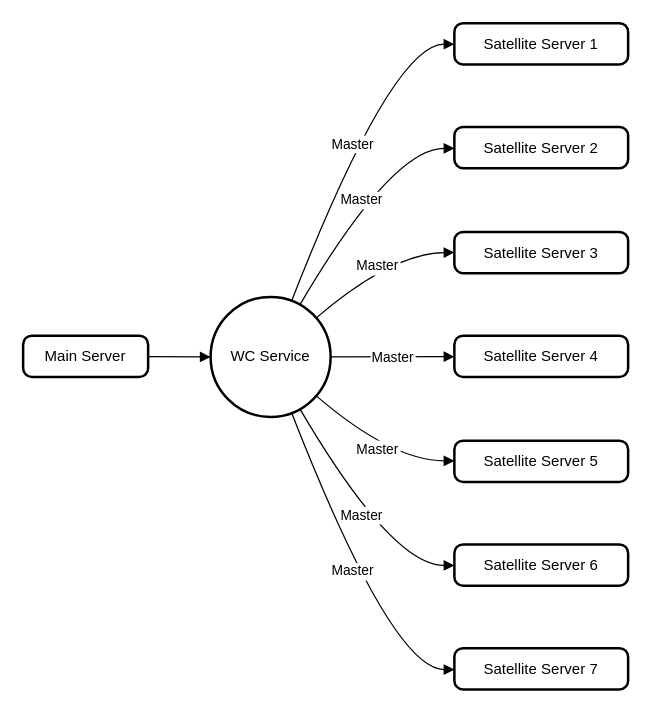
This is AML_API.drawio from GroupAYECS765P/ProjectTargus, a draw.io file, before an edit. Source tidied: cells renumbered, new cells numbered last; positions are measured from the earlier drawing's top-left corner, leaving out a move shared by most shapes. Both pictures are drawn from the tidied source at 125%, with x=0, y=0 at pixel (22, 22).
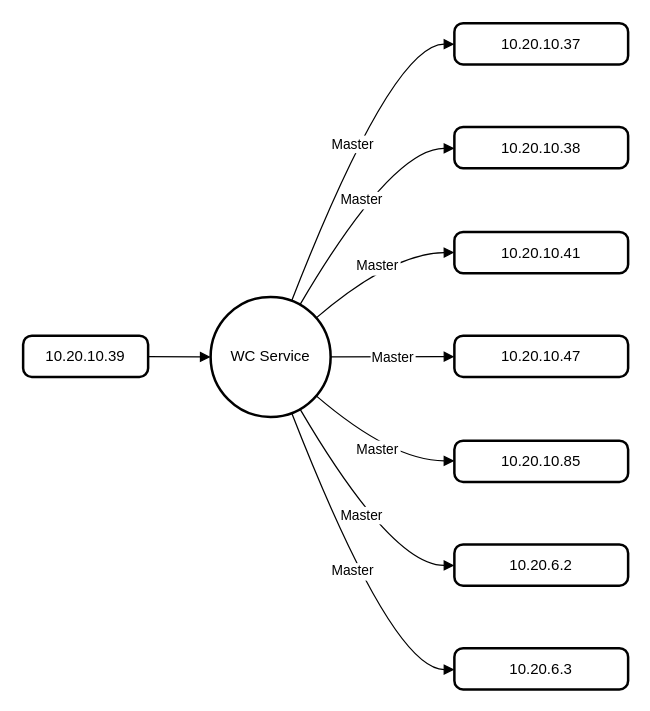
The same page after the edit.

Change to the diagram source:
```diff
@@
-    <mxCell id="2" value="Main Server" style="rounded=1;absoluteArcSize=1;arcSize=14;whiteSpace=wrap;strokeWidth=2;" parent="1" vertex="1">
+    <mxCell id="2" value="10.20.10.39" style="rounded=1;absoluteArcSize=1;arcSize=14;whiteSpace=wrap;strokeWidth=2;" parent="1" vertex="1">
       <mxGeometry y="250" width="100" height="33" as="geometry" />
     </mxCell>
-    <mxCell id="3" value="Satellite Server 1" style="rounded=1;absoluteArcSize=1;arcSize=14;whiteSpace=wrap;strokeWidth=2;" parent="1" vertex="1">
+    <mxCell id="3" value="10.20.10.37" style="rounded=1;absoluteArcSize=1;arcSize=14;whiteSpace=wrap;strokeWidth=2;" parent="1" vertex="1">
       <mxGeometry x="345" width="139" height="33" as="geometry" />
     </mxCell>
-    <mxCell id="4" value="Satellite Server 2" style="rounded=1;absoluteArcSize=1;arcSize=14;whiteSpace=wrap;strokeWidth=2;" parent="1" vertex="1">
+    <mxCell id="4" value="10.20.10.38" style="rounded=1;absoluteArcSize=1;arcSize=14;whiteSpace=wrap;strokeWidth=2;" parent="1" vertex="1">
       <mxGeometry x="345" y="83" width="139" height="33" as="geometry" />
     </mxCell>
-    <mxCell id="5" value="Satellite Server 3" style="rounded=1;absoluteArcSize=1;arcSize=14;whiteSpace=wrap;strokeWidth=2;" parent="1" vertex="1">
+    <mxCell id="5" value="10.20.10.41" style="rounded=1;absoluteArcSize=1;arcSize=14;whiteSpace=wrap;strokeWidth=2;" parent="1" vertex="1">
       <mxGeometry x="345" y="167" width="139" height="33" as="geometry" />
     </mxCell>
-    <mxCell id="6" value="Satellite Server 4" style="rounded=1;absoluteArcSize=1;arcSize=14;whiteSpace=wrap;strokeWidth=2;" parent="1" vertex="1">
+    <mxCell id="6" value="10.20.10.47" style="rounded=1;absoluteArcSize=1;arcSize=14;whiteSpace=wrap;strokeWidth=2;" parent="1" vertex="1">
       <mxGeometry x="345" y="250" width="139" height="33" as="geometry" />
     </mxCell>
-    <mxCell id="7" value="Satellite Server 5" style="rounded=1;absoluteArcSize=1;arcSize=14;whiteSpace=wrap;strokeWidth=2;" parent="1" vertex="1">
+    <mxCell id="7" value="10.20.10.85" style="rounded=1;absoluteArcSize=1;arcSize=14;whiteSpace=wrap;strokeWidth=2;" parent="1" vertex="1">
       <mxGeometry x="345" y="334" width="139" height="33" as="geometry" />
     </mxCell>
-    <mxCell id="8" value="Satellite Server 6" style="rounded=1;absoluteArcSize=1;arcSize=14;whiteSpace=wrap;strokeWidth=2;" parent="1" vertex="1">
+    <mxCell id="8" value="10.20.6.2" style="rounded=1;absoluteArcSize=1;arcSize=14;whiteSpace=wrap;strokeWidth=2;" parent="1" vertex="1">
       <mxGeometry x="345" y="417" width="139" height="33" as="geometry" />
     </mxCell>
-    <mxCell id="9" value="Satellite Server 7" style="rounded=1;absoluteArcSize=1;arcSize=14;whiteSpace=wrap;strokeWidth=2;" parent="1" vertex="1">
+    <mxCell id="9" value="10.20.6.3" style="rounded=1;absoluteArcSize=1;arcSize=14;whiteSpace=wrap;strokeWidth=2;" parent="1" vertex="1">
       <mxGeometry x="345" y="500" width="139" height="33" as="geometry" />
     </mxCell>
```
